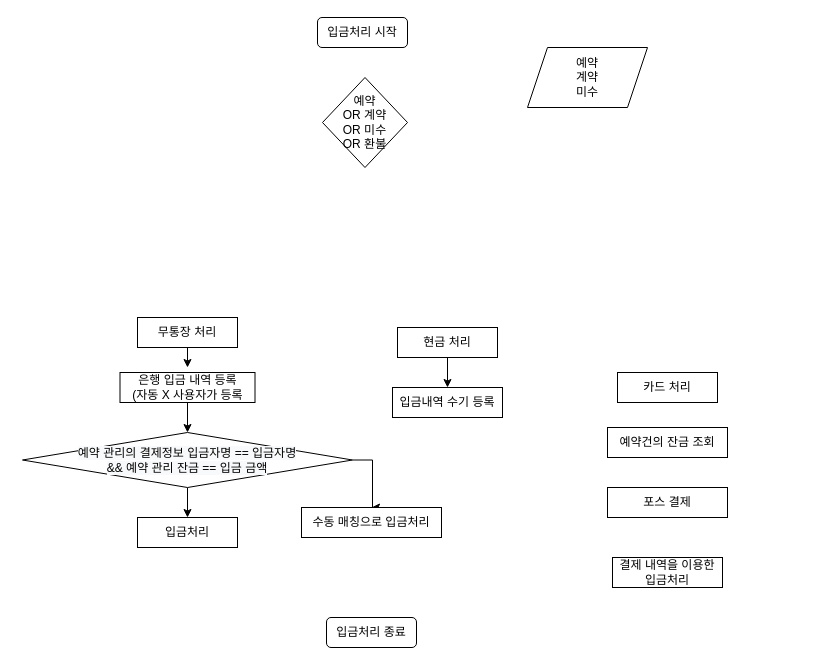
The draw.io diagram page "페이지-1" (1 of 4) of 제목 없는 다이어그램.drawio in nsnnsn12/TestProject, before the edit. Source tidied: cells renumbered, new cells numbered last; positions are measured from the earlier drawing's top-left corner, leaving out a move shared by most shapes. Both pictures are drawn from the tidied source at 100%, with x=0, y=0 at pixel (22, 17).
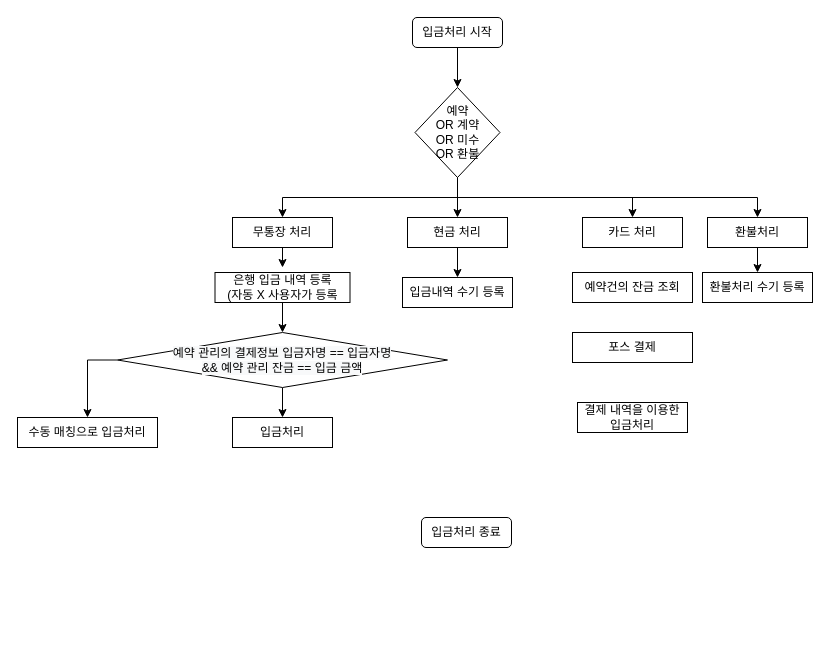
After the change.

What changed in the source:
```diff
@@
-    <mxCell id="2" value="예약&lt;br&gt;계약&lt;br&gt;미수" style="shape=parallelogram;perimeter=parallelogramPerimeter;whiteSpace=wrap;html=1;fixedSize=1;" parent="1" vertex="1">
-      <mxGeometry x="505" y="30" width="120" height="60" as="geometry" />
-    </mxCell>
+    <mxCell id="22" style="edgeStyle=orthogonalEdgeStyle;rounded=0;jettySize=auto;html=1;exitX=0.5;exitY=1;exitDx=0;exitDy=0;" parent="1" edge="1" source="3" target="5">
+      <mxGeometry relative="1" as="geometry" />
+    </mxCell>
     <mxCell id="3" value="입금처리 시작" style="rounded=1;whiteSpace=wrap;html=1;" parent="1" vertex="1">
-      <mxGeometry x="295" width="90" height="30" as="geometry" />
+      <mxGeometry x="390" width="90" height="30" as="geometry" />
     </mxCell>
     <mxCell id="4" value="입금처리 종료" style="rounded=1;whiteSpace=wrap;html=1;" parent="1" vertex="1">
-      <mxGeometry x="304" y="600" width="90" height="30" as="geometry" />
+      <mxGeometry x="399" y="500" width="90" height="30" as="geometry" />
     </mxCell>
+    <mxCell id="23" style="edgeStyle=orthogonalEdgeStyle;rounded=0;jettySize=auto;html=1;exitX=0.5;exitY=1;exitDx=0;exitDy=0;" parent="1" edge="1" source="5" target="7">
+      <mxGeometry relative="1" as="geometry" />
+    </mxCell>
+    <mxCell id="24" style="edgeStyle=orthogonalEdgeStyle;rounded=0;jettySize=auto;html=1;exitX=0.5;exitY=1;exitDx=0;exitDy=0;entryX=0.5;entryY=0;entryDx=0;entryDy=0;" parent="1" edge="1" source="5" target="9">
+      <mxGeometry relative="1" as="geometry" />
+    </mxCell>
+    <mxCell id="25" style="edgeStyle=orthogonalEdgeStyle;rounded=0;jettySize=auto;html=1;exitX=0.5;exitY=1;exitDx=0;exitDy=0;entryX=0.5;entryY=0;entryDx=0;entryDy=0;" parent="1" edge="1" source="5" target="10">
+      <mxGeometry relative="1" as="geometry" />
+    </mxCell>
+    <mxCell id="26" style="edgeStyle=orthogonalEdgeStyle;rounded=0;jettySize=auto;html=1;exitX=0.5;exitY=1;exitDx=0;exitDy=0;" parent="1" edge="1" source="5" target="28">
+      <mxGeometry relative="1" as="geometry" />
+    </mxCell>
     <mxCell id="5" value="예약&lt;br&gt;OR 계약&lt;br&gt;OR 미수&lt;br&gt;OR 환불" style="rhombus;whiteSpace=wrap;html=1;" parent="1" vertex="1">
-      <mxGeometry x="300" y="60" width="85" height="90" as="geometry" />
+      <mxGeometry x="392.5" y="70" width="85" height="90" as="geometry" />
     </mxCell>
     <mxCell id="6" style="edgeStyle=orthogonalEdgeStyle;rounded=0;jettySize=auto;html=1;exitX=0.5;exitY=1;exitDx=0;exitDy=0;" parent="1" edge="1" source="7">
       <mxGeometry relative="1" as="geometry">
-        <mxPoint x="165" y="350" as="targetPoint" />
+        <mxPoint x="260" y="250" as="targetPoint" />
       </mxGeometry>
     </mxCell>
     <mxCell id="7" value="무통장 처리" style="rounded=0;whiteSpace=wrap;html=1;" parent="1" vertex="1">
-      <mxGeometry x="115" y="300" width="100" height="30" as="geometry" />
+      <mxGeometry x="210" y="200" width="100" height="30" as="geometry" />
     </mxCell>
@@
     <mxCell id="9" value="현금 처리" style="rounded=0;whiteSpace=wrap;html=1;" parent="1" vertex="1">
-      <mxGeometry x="375" y="310" width="100" height="30" as="geometry" />
+      <mxGeometry x="385" y="200" width="100" height="30" as="geometry" />
     </mxCell>
     <mxCell id="10" value="카드 처리" style="rounded=0;whiteSpace=wrap;html=1;" parent="1" vertex="1">
-      <mxGeometry x="595" y="355" width="100" height="30" as="geometry" />
+      <mxGeometry x="560" y="200" width="100" height="30" as="geometry" />
     </mxCell>
@@
     <mxCell id="12" value="은행 입금 내역 등록&lt;br&gt;(자동 X 사용자가 등록" style="rounded=0;whiteSpace=wrap;html=1;" parent="1" vertex="1">
-      <mxGeometry x="97.5" y="355" width="135" height="30" as="geometry" />
+      <mxGeometry x="192.5" y="255" width="135" height="30" as="geometry" />
     </mxCell>
@@
-    <mxCell id="14" style="edgeStyle=orthogonalEdgeStyle;rounded=0;jettySize=auto;html=1;exitX=1;exitY=0.5;exitDx=0;exitDy=0;" parent="1" edge="1" source="15" target="17">
+    <mxCell id="14" style="edgeStyle=orthogonalEdgeStyle;rounded=0;jettySize=auto;html=1;exitX=0;exitY=0.5;exitDx=0;exitDy=0;entryX=0.5;entryY=0;entryDx=0;entryDy=0;" parent="1" edge="1" source="15" target="17">
       <mxGeometry relative="1" as="geometry" />
     </mxCell>
     <mxCell id="15" value="&#10;&#10;&lt;span style=&quot;color: rgb(0, 0, 0); font-family: helvetica; font-size: 12px; font-style: normal; font-weight: 400; letter-spacing: normal; text-align: center; text-indent: 0px; text-transform: none; word-spacing: 0px; background-color: rgb(248, 249, 250); display: inline; float: none;&quot;&gt;예약 관리의 결제정보 입금자명 == 입금자명&lt;/span&gt;&lt;br style=&quot;color: rgb(0, 0, 0); font-family: helvetica; font-size: 12px; font-style: normal; font-weight: 400; letter-spacing: normal; text-align: center; text-indent: 0px; text-transform: none; word-spacing: 0px; background-color: rgb(248, 249, 250);&quot;&gt;&lt;span style=&quot;color: rgb(0, 0, 0); font-family: helvetica; font-size: 12px; font-style: normal; font-weight: 400; letter-spacing: normal; text-align: center; text-indent: 0px; text-transform: none; word-spacing: 0px; background-color: rgb(248, 249, 250); display: inline; float: none;&quot;&gt;&amp;amp;&amp;amp; 예약 관리 잔금 == 입금 금액&lt;/span&gt;&#10;&#10;" style="rhombus;whiteSpace=wrap;html=1;" parent="1" vertex="1">
-      <mxGeometry y="415" width="330" height="55" as="geometry" />
+      <mxGeometry x="95" y="315" width="330" height="55" as="geometry" />
     </mxCell>
     <mxCell id="16" value="입금처리" style="rounded=0;whiteSpace=wrap;html=1;" parent="1" vertex="1">
-      <mxGeometry x="115" y="500" width="100" height="30" as="geometry" />
+      <mxGeometry x="210" y="400" width="100" height="30" as="geometry" />
     </mxCell>
     <mxCell id="17" value="수동 매칭으로 입금처리" style="rounded=0;whiteSpace=wrap;html=1;" parent="1" vertex="1">
-      <mxGeometry x="279" y="490" width="140" height="30" as="geometry" />
+      <mxGeometry x="-5" y="400" width="140" height="30" as="geometry" />
     </mxCell>
     <mxCell id="18" value="예약건의 잔금 조회" style="rounded=0;whiteSpace=wrap;html=1;" parent="1" vertex="1">
-      <mxGeometry x="585" y="410" width="120" height="30" as="geometry" />
+      <mxGeometry x="550" y="255" width="120" height="30" as="geometry" />
     </mxCell>
     <mxCell id="19" value="포스 결제" style="rounded=0;whiteSpace=wrap;html=1;" parent="1" vertex="1">
-      <mxGeometry x="585" y="470" width="120" height="30" as="geometry" />
+      <mxGeometry x="550" y="315" width="120" height="30" as="geometry" />
     </mxCell>
     <mxCell id="20" value="결제 내역을 이용한 입금처리" style="rounded=0;whiteSpace=wrap;html=1;" parent="1" vertex="1">
-      <mxGeometry x="590" y="540" width="110" height="30" as="geometry" />
+      <mxGeometry x="555" y="385" width="110" height="30" as="geometry" />
     </mxCell>
     <mxCell id="21" value="입금내역 수기 등록" style="rounded=0;whiteSpace=wrap;html=1;" parent="1" vertex="1">
-      <mxGeometry x="370" y="370" width="110" height="30" as="geometry" />
+      <mxGeometry x="380" y="260" width="110" height="30" as="geometry" />
     </mxCell>
+    <mxCell id="27" style="edgeStyle=orthogonalEdgeStyle;rounded=0;jettySize=auto;html=1;exitX=0.5;exitY=1;exitDx=0;exitDy=0;entryX=0.5;entryY=0;entryDx=0;entryDy=0;" parent="1" edge="1" source="28" target="29">
+      <mxGeometry relative="1" as="geometry" />
+    </mxCell>
+    <mxCell id="28" value="환불처리" style="rounded=0;whiteSpace=wrap;html=1;" parent="1" vertex="1">
+      <mxGeometry x="685" y="200" width="100" height="30" as="geometry" />
+    </mxCell>
+    <mxCell id="29" value="환불처리 수기 등록" style="rounded=0;whiteSpace=wrap;html=1;" parent="1" vertex="1">
+      <mxGeometry x="680" y="255" width="110" height="30" as="geometry" />
+    </mxCell>
```
